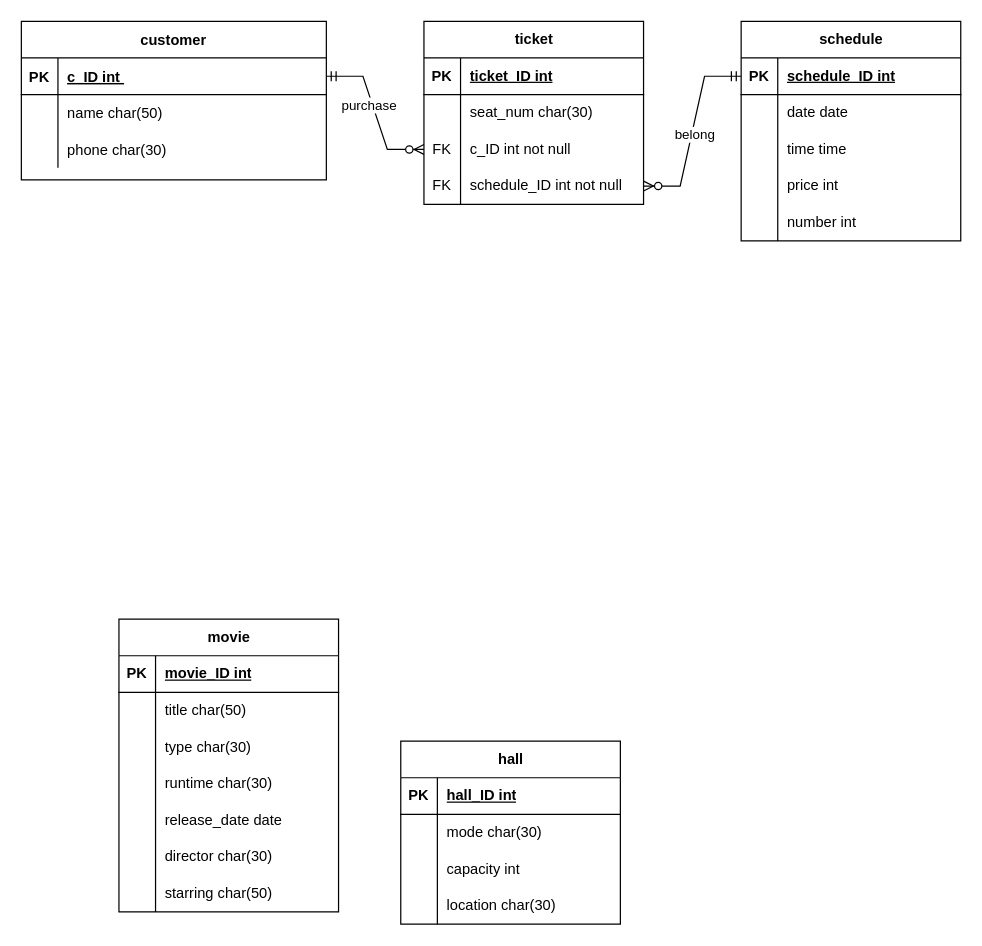
The draw.io diagram 未命名绘图.drawio in Amber101213/2024-DB-experiences, before the edit. Source tidied: cells renumbered, new cells numbered last; positions are measured from the earlier drawing's top-left corner, leaving out a move shared by most shapes. Both pictures are drawn from the tidied source at 122%, with x=0, y=0 at pixel (21, 21).
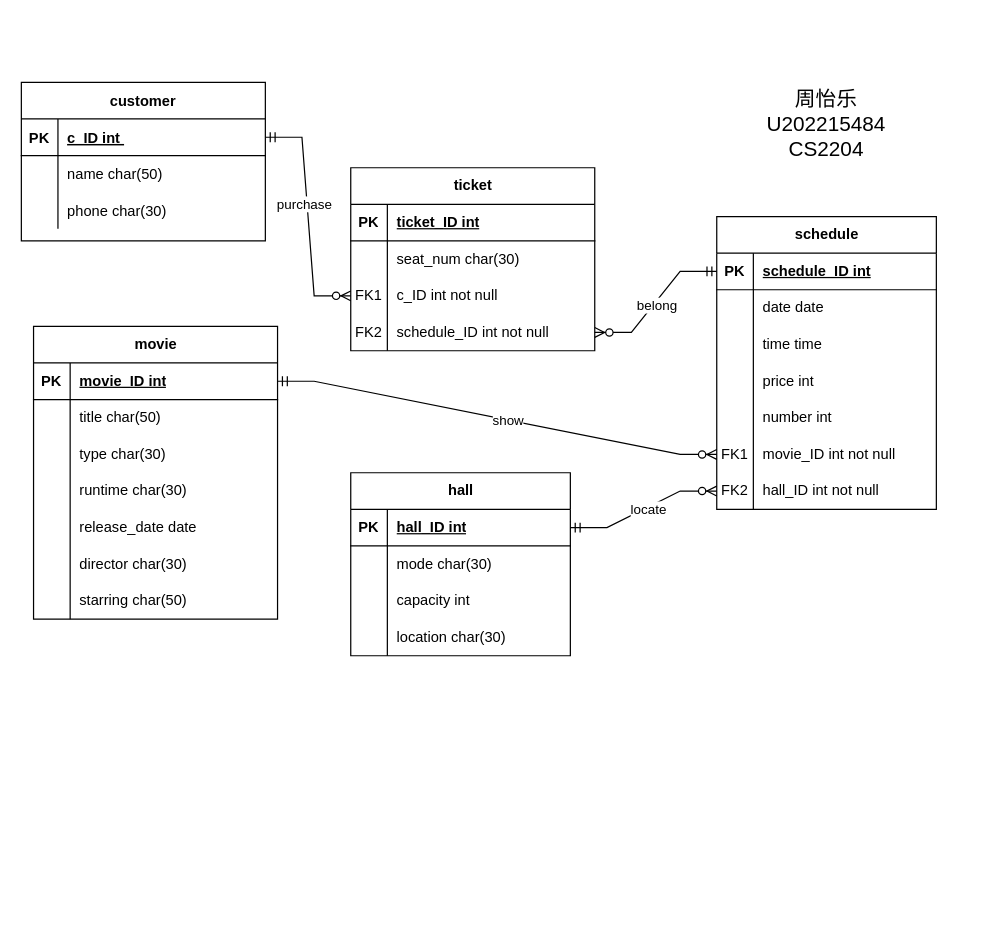
Above is the later version.

The change refers to these unchanged cells:
```xml
<mxCell id="35" style="shape=tableRow;horizontal=0;startSize=0;swimlaneHead=0;swimlaneBody=0;fillColor=none;points=[[0,0.5],[1,0.5]];portConstraint=eastwest;top=0;left=0;right=0;bottom=1;" parent="34" vertex="1">
  <mxGeometry y="30" width="180" height="30" as="geometry" />
</mxCell>
```

Change to the diagram source:
```diff
@@
     <mxCell id="2" value="customer" style="shape=table;startSize=30;childLayout=tableLayout;rowLines=0;fontStyle=1;align=center;" parent="1" vertex="1">
-      <mxGeometry width="250" height="130" as="geometry" />
+      <mxGeometry y="50" width="200" height="130" as="geometry" />
     </mxCell>
     <mxCell id="3" style="shape=partialRectangle;fillColor=none;points=[[0,0.5],[1,0.5]];portConstraint=eastwest;top=0;left=0;right=0;bottom=1;" parent="2" vertex="1">
-      <mxGeometry y="30" width="250" height="30" as="geometry" />
+      <mxGeometry y="30" width="200" height="30" as="geometry" />
     </mxCell>
@@
     <mxCell id="5" value="c_ID int " style="shape=partialRectangle;overflow=hidden;fillColor=none;top=0;left=0;bottom=0;right=0;align=left;spacingLeft=6;fontStyle=5;" parent="3" vertex="1">
-      <mxGeometry x="30" width="220" height="30" as="geometry" />
+      <mxGeometry x="30" width="170" height="30" as="geometry" />
     </mxCell>
     <mxCell id="6" style="shape=partialRectangle;fillColor=none;top=0;left=0;right=0;bottom=0;" parent="2" vertex="1">
-      <mxGeometry y="60" width="250" height="30" as="geometry" />
+      <mxGeometry y="60" width="200" height="30" as="geometry" />
     </mxCell>
@@
     <mxCell id="8" value="name char(50)" style="shape=partialRectangle;overflow=hidden;fillColor=none;top=0;left=0;bottom=0;right=0;align=left;spacingLeft=6;" parent="6" vertex="1">
-      <mxGeometry x="30" width="220" height="30" as="geometry" />
+      <mxGeometry x="30" width="170" height="30" as="geometry" />
     </mxCell>
     <mxCell id="9" style="shape=partialRectangle;fillColor=none;top=0;left=0;right=0;bottom=0;" parent="2" vertex="1">
-      <mxGeometry y="90" width="250" height="30" as="geometry" />
+      <mxGeometry y="90" width="200" height="30" as="geometry" />
     </mxCell>
@@
     <mxCell id="11" value="phone char(30)" style="shape=partialRectangle;overflow=hidden;fillColor=none;top=0;left=0;bottom=0;right=0;align=left;spacingLeft=6;" parent="9" vertex="1">
-      <mxGeometry x="30" width="220" height="30" as="geometry" />
+      <mxGeometry x="30" width="170" height="30" as="geometry" />
     </mxCell>
     <mxCell id="12" value="movie" style="shape=table;startSize=30;childLayout=tableLayout;rowLines=0;fontStyle=1;align=center;html=1;" parent="1" vertex="1">
-      <mxGeometry x="80" y="490" width="180" height="240" as="geometry" />
+      <mxGeometry x="10" y="250" width="200" height="240" as="geometry" />
     </mxCell>
     <mxCell id="13" style="shape=tableRow;horizontal=0;startSize=0;swimlaneHead=0;swimlaneBody=0;fillColor=none;points=[[0,0.5],[1,0.5]];portConstraint=eastwest;top=0;left=0;right=0;bottom=1;" parent="12" vertex="1">
-      <mxGeometry y="30" width="180" height="30" as="geometry" />
+      <mxGeometry y="30" width="200" height="30" as="geometry" />
     </mxCell>
@@
     <mxCell id="15" value="movie_ID int" style="shape=partialRectangle;fillColor=none;top=0;left=0;bottom=0;right=0;align=left;spacingLeft=6;fontStyle=5;overflow=hidden;whiteSpace=wrap;html=1;" parent="13" vertex="1">
-      <mxGeometry x="30" width="150" height="30" as="geometry" />
+      <mxGeometry x="30" width="170" height="30" as="geometry" />
     </mxCell>
     <mxCell id="16" style="shape=tableRow;horizontal=0;startSize=0;swimlaneHead=0;swimlaneBody=0;fillColor=none;top=0;left=0;right=0;bottom=0;" parent="12" vertex="1">
-      <mxGeometry y="60" width="180" height="30" as="geometry" />
+      <mxGeometry y="60" width="200" height="30" as="geometry" />
     </mxCell>
@@
     <mxCell id="18" value="title char(50)" style="shape=partialRectangle;fillColor=none;top=0;left=0;bottom=0;right=0;align=left;spacingLeft=6;overflow=hidden;whiteSpace=wrap;html=1;" parent="16" vertex="1">
-      <mxGeometry x="30" width="150" height="30" as="geometry" />
+      <mxGeometry x="30" width="170" height="30" as="geometry" />
     </mxCell>
     <mxCell id="19" style="shape=tableRow;horizontal=0;startSize=0;swimlaneHead=0;swimlaneBody=0;fillColor=none;top=0;left=0;right=0;bottom=0;" parent="12" vertex="1">
-      <mxGeometry y="90" width="180" height="30" as="geometry" />
+      <mxGeometry y="90" width="200" height="30" as="geometry" />
     </mxCell>
@@
     <mxCell id="21" value="type char(30)" style="shape=partialRectangle;fillColor=none;top=0;left=0;bottom=0;right=0;align=left;spacingLeft=6;overflow=hidden;whiteSpace=wrap;html=1;" parent="19" vertex="1">
-      <mxGeometry x="30" width="150" height="30" as="geometry" />
+      <mxGeometry x="30" width="170" height="30" as="geometry" />
     </mxCell>
     <mxCell id="22" style="shape=tableRow;horizontal=0;startSize=0;swimlaneHead=0;swimlaneBody=0;fillColor=none;top=0;left=0;right=0;bottom=0;" parent="12" vertex="1">
-      <mxGeometry y="120" width="180" height="30" as="geometry" />
+      <mxGeometry y="120" width="200" height="30" as="geometry" />
     </mxCell>
@@
     <mxCell id="24" value="runtime char(30)" style="shape=partialRectangle;fillColor=none;top=0;left=0;bottom=0;right=0;align=left;spacingLeft=6;overflow=hidden;whiteSpace=wrap;html=1;" parent="22" vertex="1">
-      <mxGeometry x="30" width="150" height="30" as="geometry" />
+      <mxGeometry x="30" width="170" height="30" as="geometry" />
     </mxCell>
     <mxCell id="25" style="shape=tableRow;horizontal=0;startSize=0;swimlaneHead=0;swimlaneBody=0;fillColor=none;top=0;left=0;right=0;bottom=0;" parent="12" vertex="1">
-      <mxGeometry y="150" width="180" height="30" as="geometry" />
+      <mxGeometry y="150" width="200" height="30" as="geometry" />
     </mxCell>
@@
     <mxCell id="27" value="release_date date" style="shape=partialRectangle;fillColor=none;top=0;left=0;bottom=0;right=0;align=left;spacingLeft=6;overflow=hidden;whiteSpace=wrap;html=1;" parent="25" vertex="1">
-      <mxGeometry x="30" width="150" height="30" as="geometry" />
+      <mxGeometry x="30" width="170" height="30" as="geometry" />
     </mxCell>
     <mxCell id="28" style="shape=tableRow;horizontal=0;startSize=0;swimlaneHead=0;swimlaneBody=0;fillColor=none;top=0;left=0;right=0;bottom=0;" parent="12" vertex="1">
-      <mxGeometry y="180" width="180" height="30" as="geometry" />
+      <mxGeometry y="180" width="200" height="30" as="geometry" />
     </mxCell>
@@
     <mxCell id="30" value="director char(30)" style="shape=partialRectangle;fillColor=none;top=0;left=0;bottom=0;right=0;align=left;spacingLeft=6;overflow=hidden;whiteSpace=wrap;html=1;" parent="28" vertex="1">
-      <mxGeometry x="30" width="150" height="30" as="geometry" />
+      <mxGeometry x="30" width="170" height="30" as="geometry" />
     </mxCell>
     <mxCell id="31" style="shape=tableRow;horizontal=0;startSize=0;swimlaneHead=0;swimlaneBody=0;fillColor=none;top=0;left=0;right=0;bottom=0;" parent="12" vertex="1">
-      <mxGeometry y="210" width="180" height="30" as="geometry" />
+      <mxGeometry y="210" width="200" height="30" as="geometry" />
     </mxCell>
@@
     <mxCell id="33" value="starring char(50)" style="shape=partialRectangle;fillColor=none;top=0;left=0;bottom=0;right=0;align=left;spacingLeft=6;overflow=hidden;whiteSpace=wrap;html=1;" parent="31" vertex="1">
-      <mxGeometry x="30" width="150" height="30" as="geometry" />
+      <mxGeometry x="30" width="170" height="30" as="geometry" />
     </mxCell>
     <mxCell id="34" value="hall" style="shape=table;startSize=30;childLayout=tableLayout;rowLines=0;fontStyle=1;align=center;html=1;" parent="1" vertex="1">
-      <mxGeometry x="311" y="590" width="180" height="150" as="geometry" />
+      <mxGeometry x="270" y="370" width="180" height="150" as="geometry" />
     </mxCell>
@@
     <mxCell id="47" value="schedule" style="shape=table;startSize=30;childLayout=tableLayout;rowLines=0;fontStyle=1;align=center;html=1;" parent="1" vertex="1">
-      <mxGeometry x="590" width="180" height="180" as="geometry" />
+      <mxGeometry x="570" y="160" width="180" height="240" as="geometry" />
     </mxCell>
@@
+    <mxCell id="80" style="shape=tableRow;horizontal=0;startSize=0;swimlaneHead=0;swimlaneBody=0;fillColor=none;points=[[0,0.5],[1,0.5]];portConstraint=eastwest;top=0;left=0;right=0;bottom=0;" parent="47" vertex="1">
+      <mxGeometry y="180" width="180" height="30" as="geometry" />
+    </mxCell>
+    <mxCell id="81" value="FK1" style="shape=partialRectangle;fillColor=none;top=0;left=0;bottom=0;right=0;overflow=hidden;whiteSpace=wrap;html=1;" parent="80" vertex="1">
+      <mxGeometry width="30" height="30" as="geometry" />
+    </mxCell>
+    <mxCell id="82" value="movie_ID int not null" style="shape=partialRectangle;fillColor=none;top=0;left=0;bottom=0;right=0;align=left;spacingLeft=6;overflow=hidden;whiteSpace=wrap;html=1;" parent="80" vertex="1">
+      <mxGeometry x="30" width="150" height="30" as="geometry" />
+    </mxCell>
+    <mxCell id="83" style="shape=tableRow;horizontal=0;startSize=0;swimlaneHead=0;swimlaneBody=0;fillColor=none;points=[[0,0.5],[1,0.5]];portConstraint=eastwest;top=0;left=0;right=0;bottom=0;" parent="47" vertex="1">
+      <mxGeometry y="210" width="180" height="30" as="geometry" />
+    </mxCell>
+    <mxCell id="84" value="FK2" style="shape=partialRectangle;fillColor=none;top=0;left=0;bottom=0;right=0;overflow=hidden;whiteSpace=wrap;html=1;" parent="83" vertex="1">
+      <mxGeometry width="30" height="30" as="geometry" />
+    </mxCell>
+    <mxCell id="85" value="hall_ID int not null" style="shape=partialRectangle;fillColor=none;top=0;left=0;bottom=0;right=0;align=left;spacingLeft=6;overflow=hidden;whiteSpace=wrap;html=1;" parent="83" vertex="1">
+      <mxGeometry x="30" width="150" height="30" as="geometry" />
+    </mxCell>
     <mxCell id="63" value="ticket" style="shape=table;startSize=30;childLayout=tableLayout;rowLines=0;fontStyle=1;align=center;html=1;" parent="1" vertex="1">
-      <mxGeometry x="330" width="180" height="150" as="geometry" />
+      <mxGeometry x="270" y="120" width="200" height="150" as="geometry" />
     </mxCell>
     <mxCell id="64" style="shape=tableRow;horizontal=0;startSize=0;swimlaneHead=0;swimlaneBody=0;fillColor=none;top=0;left=0;right=0;bottom=1;" parent="63" vertex="1">
-      <mxGeometry y="30" width="180" height="30" as="geometry" />
+      <mxGeometry y="30" width="200" height="30" as="geometry" />
     </mxCell>
@@
     <mxCell id="66" value="ticket_ID int" style="shape=partialRectangle;fillColor=none;top=0;left=0;bottom=0;right=0;align=left;spacingLeft=6;fontStyle=5;overflow=hidden;whiteSpace=wrap;html=1;" parent="64" vertex="1">
-      <mxGeometry x="30" width="150" height="30" as="geometry" />
+      <mxGeometry x="30" width="170" height="30" as="geometry" />
     </mxCell>
     <mxCell id="67" style="shape=tableRow;horizontal=0;startSize=0;swimlaneHead=0;swimlaneBody=0;fillColor=none;top=0;left=0;right=0;bottom=0;" parent="63" vertex="1">
-      <mxGeometry y="60" width="180" height="30" as="geometry" />
+      <mxGeometry y="60" width="200" height="30" as="geometry" />
     </mxCell>
@@
     <mxCell id="69" value="seat_num char(30)" style="shape=partialRectangle;fillColor=none;top=0;left=0;bottom=0;right=0;align=left;spacingLeft=6;overflow=hidden;whiteSpace=wrap;html=1;" parent="67" vertex="1">
-      <mxGeometry x="30" width="150" height="30" as="geometry" />
+      <mxGeometry x="30" width="170" height="30" as="geometry" />
     </mxCell>
     <mxCell id="70" style="shape=tableRow;horizontal=0;startSize=0;swimlaneHead=0;swimlaneBody=0;fillColor=none;points=[[0,0.5],[1,0.5]];portConstraint=eastwest;top=0;left=0;right=0;bottom=0;" parent="63" vertex="1">
-      <mxGeometry y="90" width="180" height="30" as="geometry" />
+      <mxGeometry y="90" width="200" height="30" as="geometry" />
     </mxCell>
-    <mxCell id="71" value="FK" style="shape=partialRectangle;fillColor=none;top=0;left=0;bottom=0;right=0;overflow=hidden;whiteSpace=wrap;html=1;" parent="70" vertex="1">
+    <mxCell id="71" value="FK1" style="shape=partialRectangle;fillColor=none;top=0;left=0;bottom=0;right=0;overflow=hidden;whiteSpace=wrap;html=1;" parent="70" vertex="1">
       <mxGeometry width="30" height="30" as="geometry" />
     </mxCell>
     <mxCell id="72" value="c_ID int not null" style="shape=partialRectangle;fillColor=none;top=0;left=0;bottom=0;right=0;align=left;spacingLeft=6;overflow=hidden;whiteSpace=wrap;html=1;" parent="70" vertex="1">
-      <mxGeometry x="30" width="150" height="30" as="geometry" />
+      <mxGeometry x="30" width="170" height="30" as="geometry" />
     </mxCell>
     <mxCell id="73" style="shape=tableRow;horizontal=0;startSize=0;swimlaneHead=0;swimlaneBody=0;fillColor=none;points=[[0,0.5],[1,0.5]];portConstraint=eastwest;top=0;left=0;right=0;bottom=0;" parent="63" vertex="1">
-      <mxGeometry y="120" width="180" height="30" as="geometry" />
+      <mxGeometry y="120" width="200" height="30" as="geometry" />
     </mxCell>
-    <mxCell id="74" value="FK" style="shape=partialRectangle;fillColor=none;top=0;left=0;bottom=0;right=0;overflow=hidden;whiteSpace=wrap;html=1;" parent="73" vertex="1">
+    <mxCell id="74" value="FK2" style="shape=partialRectangle;fillColor=none;top=0;left=0;bottom=0;right=0;overflow=hidden;whiteSpace=wrap;html=1;" parent="73" vertex="1">
       <mxGeometry width="30" height="30" as="geometry" />
     </mxCell>
     <mxCell id="75" value="schedule_ID int not null" style="shape=partialRectangle;fillColor=none;top=0;left=0;bottom=0;right=0;align=left;spacingLeft=6;overflow=hidden;whiteSpace=wrap;html=1;" parent="73" vertex="1">
-      <mxGeometry x="30" width="150" height="30" as="geometry" />
+      <mxGeometry x="30" width="170" height="30" as="geometry" />
     </mxCell>
@@
+    <mxCell id="86" style="edgeStyle=entityRelationEdgeStyle;fontSize=12;html=1;endArrow=ERzeroToMany;startArrow=ERmandOne;rounded=0;entryX=0;entryY=0.5;entryDx=0;entryDy=0;exitX=1;exitY=0.5;exitDx=0;exitDy=0;" parent="1" edge="1" source="13" target="80">
+      <mxGeometry relative="1" as="geometry" />
+    </mxCell>
+    <mxCell id="87" value="show" style="edgeLabel;html=1;align=center;verticalAlign=middle;" parent="86" vertex="1">
+      <mxGeometry x="0.05" relative="1" as="geometry" />
+    </mxCell>
+    <mxCell id="88" style="edgeStyle=entityRelationEdgeStyle;fontSize=12;html=1;endArrow=ERzeroToMany;startArrow=ERmandOne;rounded=0;entryX=0;entryY=0.5;entryDx=0;entryDy=0;exitX=1;exitY=0.5;exitDx=0;exitDy=0;" parent="1" edge="1" source="35" target="83">
+      <mxGeometry relative="1" as="geometry" />
+    </mxCell>
+    <mxCell id="89" value="locate" style="edgeLabel;html=1;align=center;verticalAlign=middle;" parent="88" vertex="1">
+      <mxGeometry x="0.06" y="-1" relative="1" as="geometry" />
+    </mxCell>
+    <mxCell id="90" value="周怡乐&lt;div style=&quot;font-size: 17px;&quot;&gt;U202215484&lt;/div&gt;&lt;div style=&quot;font-size: 17px;&quot;&gt;CS2204&lt;/div&gt;" style="text;strokeColor=none;align=center;fillColor=none;html=1;verticalAlign=middle;whiteSpace=wrap;rounded=0;fontSize=17;spacingTop=0;" parent="1" vertex="1">
+      <mxGeometry x="630" y="70" width="60" height="30" as="geometry" />
+    </mxCell>
```
